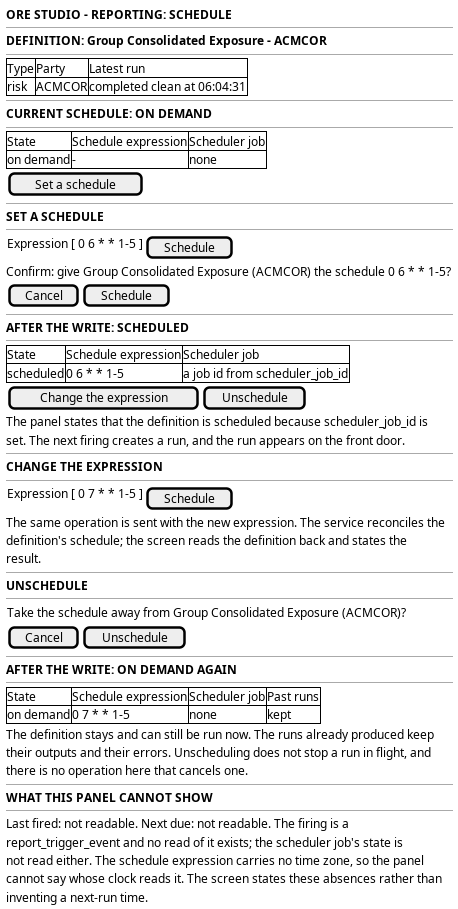
This is doc/knowledge/journeys/reporting/wireframe_choose_when_a_report_runs.png from OreStudio/OreStudio, a PlantUML export, as it was before one commit. Its source is kept beside it as doc/knowledge/journeys/reporting/wireframe_choose_when_a_report_runs.puml. Source of this version:
```plantuml
@startuml

salt
{
  <b>ORE STUDIO - REPORTING: SCHEDULE</b>
  --
  <b>DEFINITION: Group Consolidated Exposure - ACMCOR</b>
  --
  {#
    Type | Party | Latest run
    risk | ACMCOR | completed clean at 06:04:31
  }
  --
  <b>CURRENT SCHEDULE: ON DEMAND</b>
  --
  {#
    State | Schedule expression | Scheduler job
    on demand | - | none
  }
  {
    [ Set a schedule ]
  }
  --
  <b>SET A SCHEDULE</b>
  --
  {
    Expression [ 0 6 ~* ~* 1-5 ] | [ Schedule ]
  }
  Confirm: give Group Consolidated Exposure (ACMCOR) the schedule 0 6 ~* ~* 1-5?
  {
    [ Cancel ] | [ Schedule ]
  }
  --
  <b>AFTER THE WRITE: SCHEDULED</b>
  --
  {#
    State | Schedule expression | Scheduler job
    scheduled | 0 6 ~* ~* 1-5 | a job id from scheduler_job_id
  }
  {
    [ Change the expression ] | [ Unschedule ]
  }
  The panel states that the definition is scheduled because scheduler_job_id is
  set. The next firing creates a run, and the run appears on the front door.
  --
  <b>CHANGE THE EXPRESSION</b>
  --
  {
    Expression [ 0 7 ~* ~* 1-5 ] | [ Schedule ]
  }
  The same operation is sent with the new expression. The service reconciles the
  definition's schedule; the screen reads the definition back and states the
  result.
  --
  <b>UNSCHEDULE</b>
  --
  {
    Take the schedule away from Group Consolidated Exposure (ACMCOR)?
  }
  {
    [ Cancel ] | [ Unschedule ]
  }
  --
  <b>AFTER THE WRITE: ON DEMAND AGAIN</b>
  --
  {#
    State | Schedule expression | Scheduler job | Past runs
    on demand | 0 7 ~* ~* 1-5 | none | kept
  }
  The definition stays and can still be run now. The runs already produced keep
  their outputs and their errors. Unscheduling does not stop a run in flight, and
  there is no operation here that cancels one.
  --
  <b>WHAT THIS PANEL CANNOT SHOW</b>
  --
  Last fired: not readable. Next due: not readable. The firing is a
  report_trigger_event and no read of it exists; the scheduler job's state is
  not read either. The schedule expression carries no time zone, so the panel
  cannot say whose clock reads it. The screen states these absences rather than
  inventing a next-run time.
}

@enduml
```
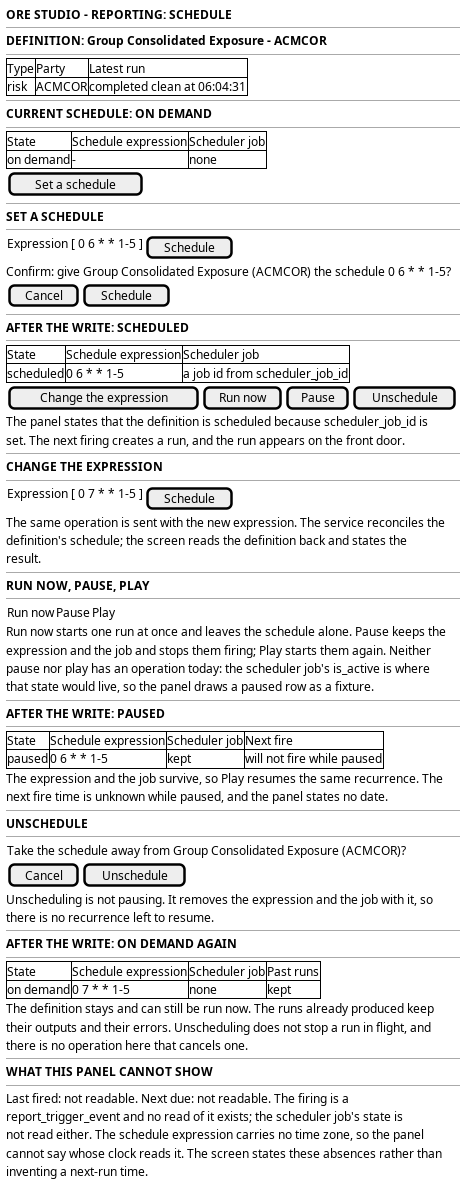
After the change.

Commit message:
[docs] Separate running a report from pausing and unscheduling it

Change to the diagram source:
```diff
@@ -38,7 +38,7 @@
     scheduled | 0 6 ~* ~* 1-5 | a job id from scheduler_job_id
   }
   {
-    [ Change the expression ] | [ Unschedule ]
+    [ Change the expression ] | [ Run now ] | [ Pause ] | [ Unschedule ]
   }
   The panel states that the definition is scheduled because scheduler_job_id is
   set. The next firing creates a run, and the run appears on the front door.
@@ -52,6 +52,25 @@
   definition's schedule; the screen reads the definition back and states the
   result.
   --
+  <b>RUN NOW, PAUSE, PLAY</b>
+  --
+  {
+    Run now | Pause | Play
+  }
+  Run now starts one run at once and leaves the schedule alone. Pause keeps the
+  expression and the job and stops them firing; Play starts them again. Neither
+  pause nor play has an operation today: the scheduler job's is_active is where
+  that state would live, so the panel draws a paused row as a fixture.
+  --
+  <b>AFTER THE WRITE: PAUSED</b>
+  --
+  {#
+    State | Schedule expression | Scheduler job | Next fire
+    paused | 0 6 ~* ~* 1-5 | kept | will not fire while paused
+  }
+  The expression and the job survive, so Play resumes the same recurrence. The
+  next fire time is unknown while paused, and the panel states no date.
+  --
   <b>UNSCHEDULE</b>
   --
   {
@@ -60,6 +79,8 @@
   {
     [ Cancel ] | [ Unschedule ]
   }
+  Unscheduling is not pausing. It removes the expression and the job with it, so
+  there is no recurrence left to resume.
   --
   <b>AFTER THE WRITE: ON DEMAND AGAIN</b>
   --
```
